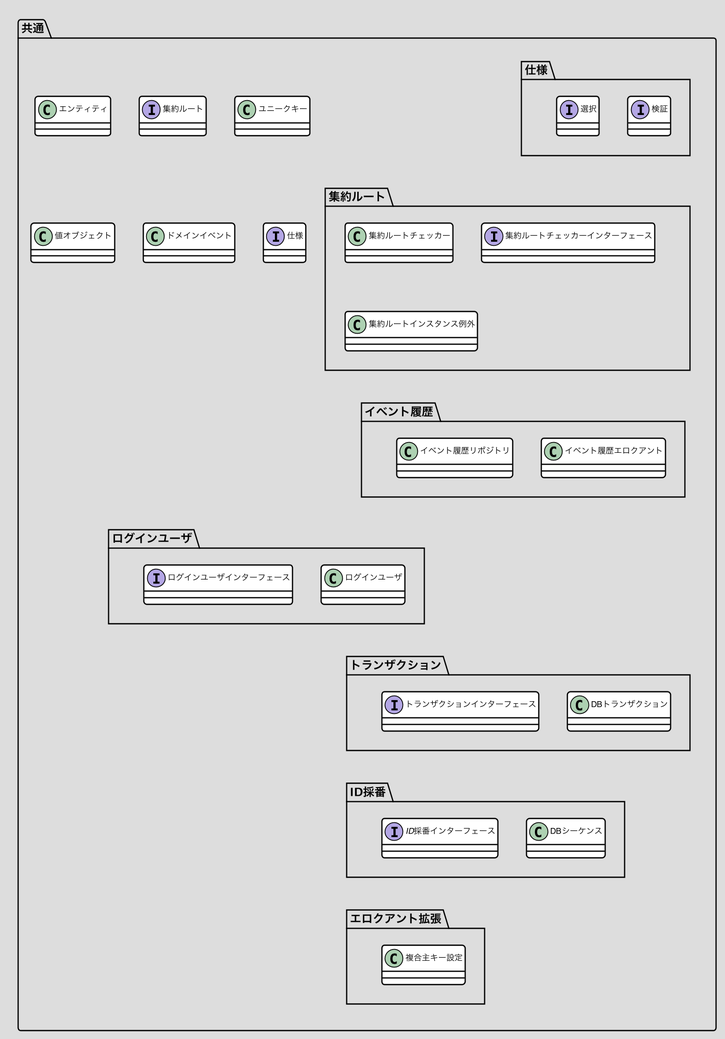
Above: docs/画像/共通.png in nomura-kainos/japanese-ddd-sample (PlantUML), before the change.
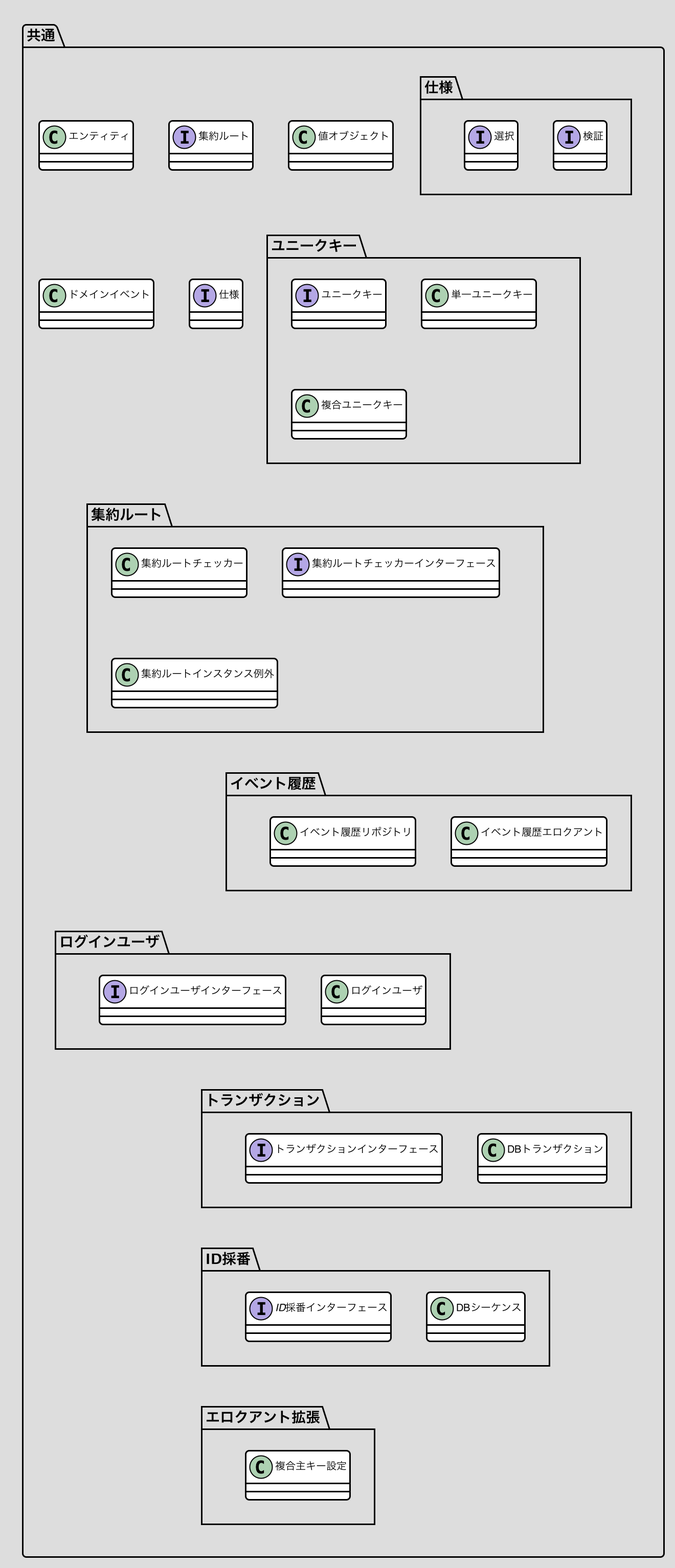
After the commit.

Change to the diagram source:
```diff
@@ -50,7 +50,8 @@
 skinparam ArrowColor 454645
 skinparam FontColor 454645
 
-_仕様 -[hidden]-> _集約ルート
+_仕様 -[hidden]-> _ユニークキー
+_ユニークキー -[hidden]--> _集約ルート
 _集約ルート -[hidden]--> イベント履歴
 イベント履歴 -[hidden]-> ログインユーザ
 ログインユーザ -[hidden]-> トランザクション
@@ -60,13 +61,17 @@
 package 共通 <<Folder>> {
   class エンティティ
   interface 集約ルート
-  class ユニークキー
   class 値オブジェクト
   class ドメインイベント
   interface 仕様
   package 仕様 as _仕様 {
    interface 検証
    interface 選択
+  }
+  package ユニークキー as _ユニークキー {
+   interface ユニークキー
+   class 単一ユニークキー
+   class 複合ユニークキー
   }
   package 集約ルート as _集約ルート {
    class 集約ルートチェッカー
```
